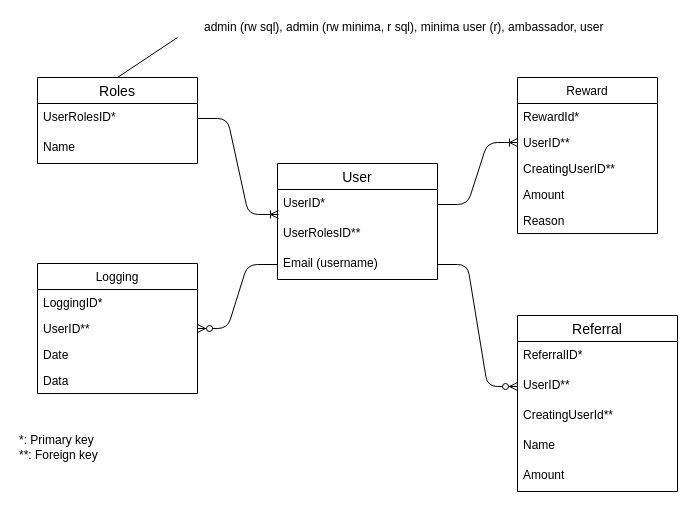
This is docs/images/dbase.drawio from minima-global/incentivecash, a draw.io file, before an edit. Source tidied: cells renumbered, new cells numbered last; positions are measured from the earlier drawing's top-left corner, leaving out a move shared by most shapes. Both pictures are drawn from the tidied source at 100%, with x=0, y=0 at pixel (17, 17).
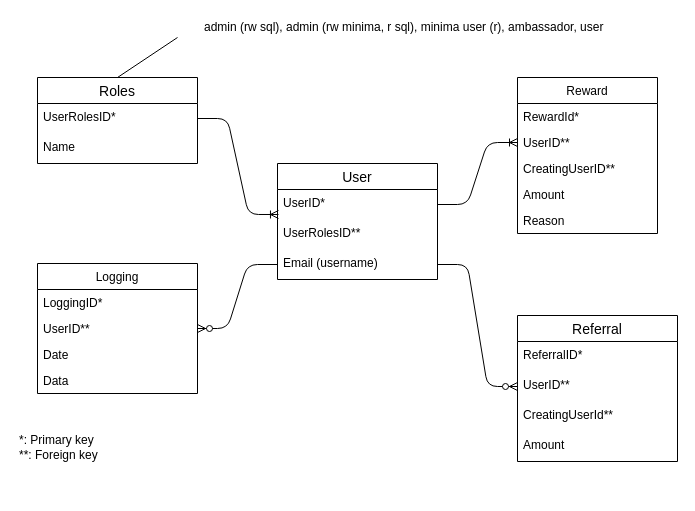
The same page after the edit.

Commit message (it also covers changes not shown here):
dbase redesign

Change to the diagram source:
```diff
@@
     <mxCell id="22" value="Referral" style="swimlane;fontStyle=0;horizontal=1;startSize=26;align=center;fontSize=14;" parent="1" vertex="1">
-      <mxGeometry x="500" y="298" width="160" height="176" as="geometry" />
+      <mxGeometry x="500" y="298" width="160" height="146" as="geometry" />
     </mxCell>
@@
-    <mxCell id="26" value="Name" style="text;strokeColor=none;fillColor=none;spacingLeft=4;spacingRight=4;overflow=hidden;fontSize=12;" parent="22" vertex="1">
-      <mxGeometry y="116" width="160" height="30" as="geometry" />
-    </mxCell>
     <mxCell id="27" value="Amount" style="text;strokeColor=none;fillColor=none;spacingLeft=4;spacingRight=4;overflow=hidden;fontSize=12;" parent="22" vertex="1">
-      <mxGeometry y="146" width="160" height="30" as="geometry" />
+      <mxGeometry y="116" width="160" height="30" as="geometry" />
     </mxCell>
```
